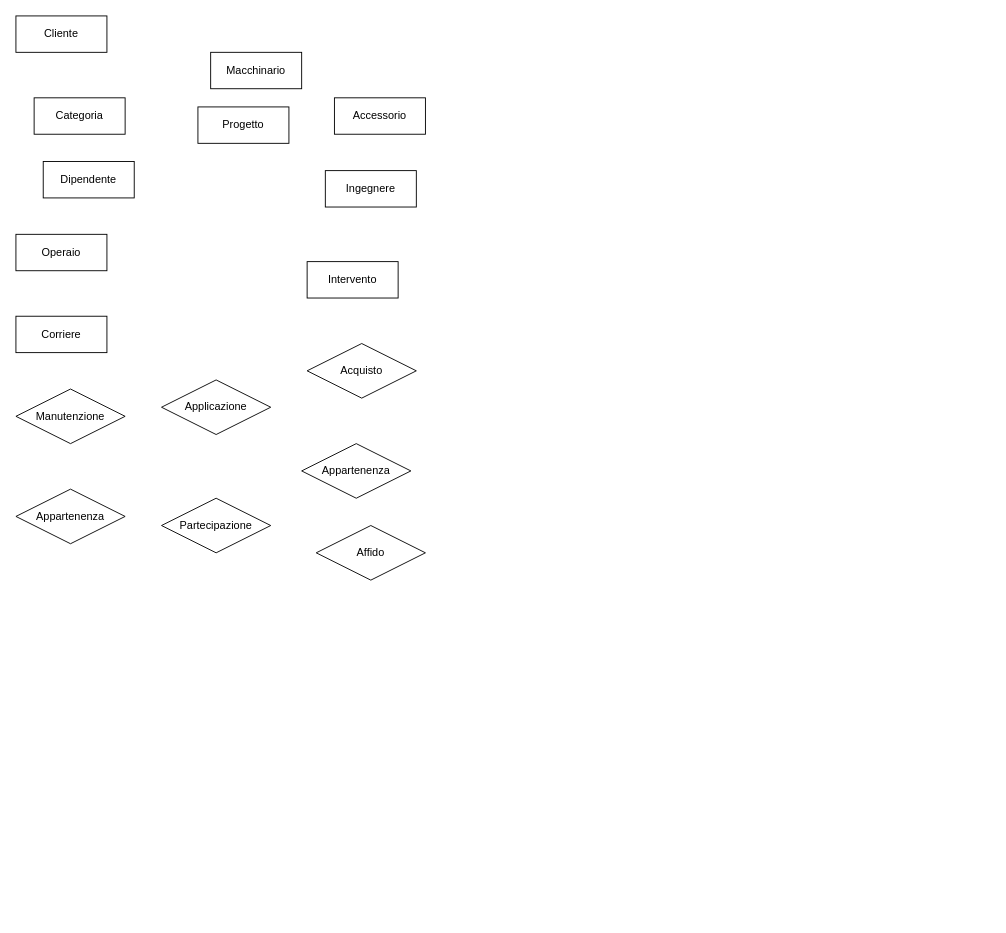
MicheleRabesco/MacchinariEstetici keeps this draw.io diagram as Untitled Diagram.drawio. Above is the earlier version. Source tidied: cells renumbered, new cells numbered last; positions are measured from the earlier drawing's top-left corner, leaving out a move shared by most shapes. Both pictures are drawn from the tidied source at 91%, with x=0, y=0 at pixel (15, 15).
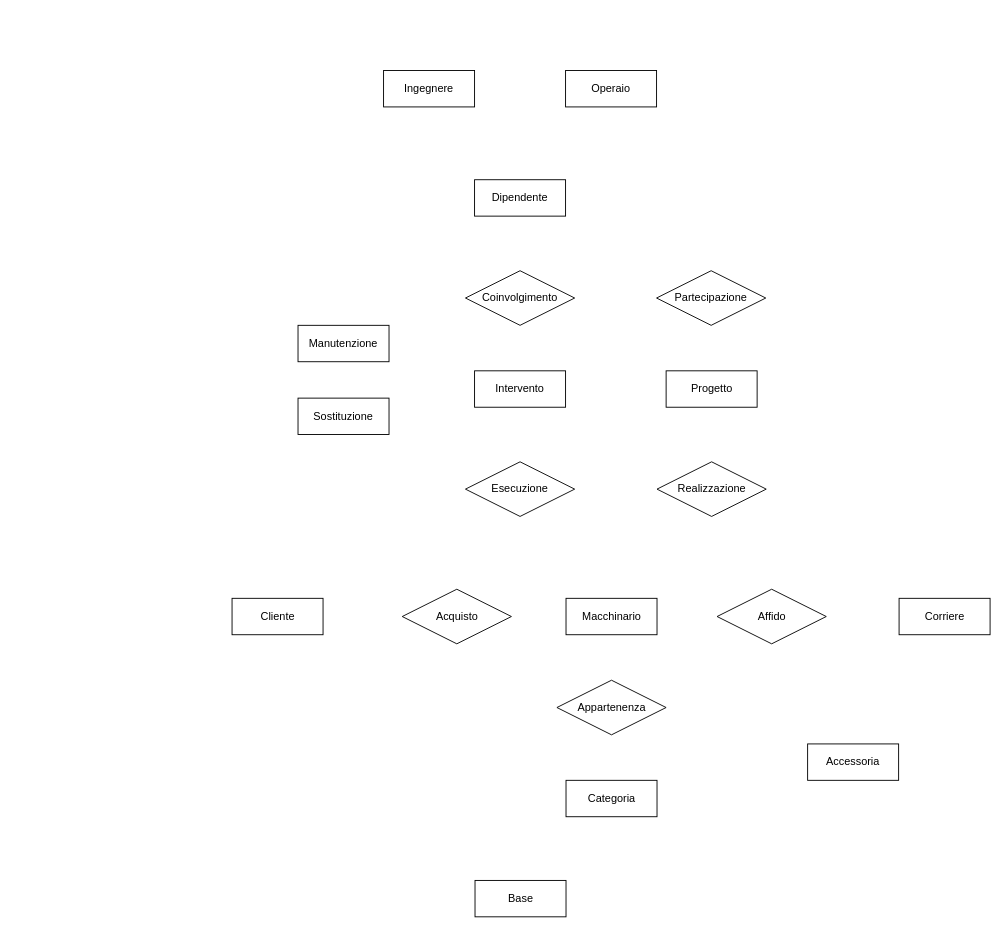
The same diagram, later.

What changed in the source:
```diff
@@
     <mxCell id="2" value="Cliente" style="whiteSpace=wrap;html=1;align=center;" parent="1" vertex="1">
-      <mxGeometry width="100" height="40" as="geometry" />
+      <mxGeometry x="237.5" y="640" width="100" height="40" as="geometry" />
     </mxCell>
     <mxCell id="3" value="Macchinario" style="whiteSpace=wrap;html=1;align=center;" parent="1" vertex="1">
-      <mxGeometry x="214" y="40" width="100" height="40" as="geometry" />
+      <mxGeometry x="604.5" y="640" width="100" height="40" as="geometry" />
     </mxCell>
     <mxCell id="4" value="Categoria" style="whiteSpace=wrap;html=1;align=center;" parent="1" vertex="1">
-      <mxGeometry x="20" y="90" width="100" height="40" as="geometry" />
+      <mxGeometry x="604.5" y="840" width="100" height="40" as="geometry" />
     </mxCell>
-    <mxCell id="5" value="Accessorio" style="whiteSpace=wrap;html=1;align=center;" parent="1" vertex="1">
-      <mxGeometry x="350" y="90" width="100" height="40" as="geometry" />
-    </mxCell>
     <mxCell id="6" value="Progetto" style="whiteSpace=wrap;html=1;align=center;" parent="1" vertex="1">
-      <mxGeometry x="200" y="100" width="100" height="40" as="geometry" />
+      <mxGeometry x="714.5" y="390" width="100" height="40" as="geometry" />
     </mxCell>
     <mxCell id="7" value="Dipendente" style="whiteSpace=wrap;html=1;align=center;" parent="1" vertex="1">
-      <mxGeometry x="30" y="160" width="100" height="40" as="geometry" />
+      <mxGeometry x="504" y="180" width="100" height="40" as="geometry" />
     </mxCell>
     <mxCell id="8" value="Ingegnere" style="whiteSpace=wrap;html=1;align=center;" parent="1" vertex="1">
-      <mxGeometry x="340" y="170" width="100" height="40" as="geometry" />
+      <mxGeometry x="404" y="60" width="100" height="40" as="geometry" />
     </mxCell>
     <mxCell id="9" value="Operaio" style="whiteSpace=wrap;html=1;align=center;" parent="1" vertex="1">
-      <mxGeometry y="240" width="100" height="40" as="geometry" />
+      <mxGeometry x="604" y="60" width="100" height="40" as="geometry" />
     </mxCell>
     <mxCell id="10" value="Intervento" style="whiteSpace=wrap;html=1;align=center;" parent="1" vertex="1">
-      <mxGeometry x="320" y="270" width="100" height="40" as="geometry" />
+      <mxGeometry x="504" y="390" width="100" height="40" as="geometry" />
     </mxCell>
     <mxCell id="11" value="Corriere" style="whiteSpace=wrap;html=1;align=center;" parent="1" vertex="1">
-      <mxGeometry y="330" width="100" height="40" as="geometry" />
+      <mxGeometry x="970.5" y="640" width="100" height="40" as="geometry" />
     </mxCell>
     <mxCell id="12" value="Acquisto" style="shape=rhombus;perimeter=rhombusPerimeter;whiteSpace=wrap;html=1;align=center;" parent="1" vertex="1">
-      <mxGeometry x="320" y="360" width="120" height="60" as="geometry" />
+      <mxGeometry x="424.5" y="630" width="120" height="60" as="geometry" />
     </mxCell>
-    <mxCell id="13" value="Manutenzione" style="shape=rhombus;perimeter=rhombusPerimeter;whiteSpace=wrap;html=1;align=center;" parent="1" vertex="1">
-      <mxGeometry y="410" width="120" height="60" as="geometry" />
-    </mxCell>
     <mxCell id="14" value="Appartenenza" style="shape=rhombus;perimeter=rhombusPerimeter;whiteSpace=wrap;html=1;align=center;" parent="1" vertex="1">
-      <mxGeometry x="314" y="470" width="120" height="60" as="geometry" />
+      <mxGeometry x="594.5" y="730" width="120" height="60" as="geometry" />
     </mxCell>
-    <mxCell id="15" value="Appartenenza" style="shape=rhombus;perimeter=rhombusPerimeter;whiteSpace=wrap;html=1;align=center;" parent="1" vertex="1">
-      <mxGeometry y="520" width="120" height="60" as="geometry" />
-    </mxCell>
-    <mxCell id="16" value="Applicazione" style="shape=rhombus;perimeter=rhombusPerimeter;whiteSpace=wrap;html=1;align=center;" parent="1" vertex="1">
-      <mxGeometry x="160" y="400" width="120" height="60" as="geometry" />
-    </mxCell>
     <mxCell id="17" value="Partecipazione" style="shape=rhombus;perimeter=rhombusPerimeter;whiteSpace=wrap;html=1;align=center;" parent="1" vertex="1">
-      <mxGeometry x="160" y="530" width="120" height="60" as="geometry" />
+      <mxGeometry x="704" y="280" width="120" height="60" as="geometry" />
     </mxCell>
     <mxCell id="18" value="Affido" style="shape=rhombus;perimeter=rhombusPerimeter;whiteSpace=wrap;html=1;align=center;" parent="1" vertex="1">
-      <mxGeometry x="330" y="560" width="120" height="60" as="geometry" />
+      <mxGeometry x="770.5" y="630" width="120" height="60" as="geometry" />
     </mxCell>
+    <mxCell id="19" value="Esecuzione" style="shape=rhombus;perimeter=rhombusPerimeter;whiteSpace=wrap;html=1;align=center;" parent="1" vertex="1">
+      <mxGeometry x="494" y="490" width="120" height="60" as="geometry" />
+    </mxCell>
+    <mxCell id="20" value="Coinvolgimento" style="shape=rhombus;perimeter=rhombusPerimeter;whiteSpace=wrap;html=1;align=center;" parent="1" vertex="1">
+      <mxGeometry x="494" y="280" width="120" height="60" as="geometry" />
+    </mxCell>
+    <mxCell id="13" value="Manutenzione" style="whiteSpace=wrap;html=1;align=center;" parent="1" vertex="1">
+      <mxGeometry x="310" y="340" width="100" height="40" as="geometry" />
+    </mxCell>
+    <mxCell id="21" value="Sostituzione" style="whiteSpace=wrap;html=1;align=center;" parent="1" vertex="1">
+      <mxGeometry x="310" y="420" width="100" height="40" as="geometry" />
+    </mxCell>
+    <mxCell id="22" value="Realizzazione" style="shape=rhombus;perimeter=rhombusPerimeter;whiteSpace=wrap;html=1;align=center;" parent="1" vertex="1">
+      <mxGeometry x="704.5" y="490" width="120" height="60" as="geometry" />
+    </mxCell>
+    <mxCell id="23" value="Base" style="whiteSpace=wrap;html=1;align=center;" parent="1" vertex="1">
+      <mxGeometry x="504.5" y="950" width="100" height="40" as="geometry" />
+    </mxCell>
+    <mxCell id="24" value="Accessoria" style="whiteSpace=wrap;html=1;align=center;" parent="1" vertex="1">
+      <mxGeometry x="870" y="800" width="100" height="40" as="geometry" />
+    </mxCell>
```
